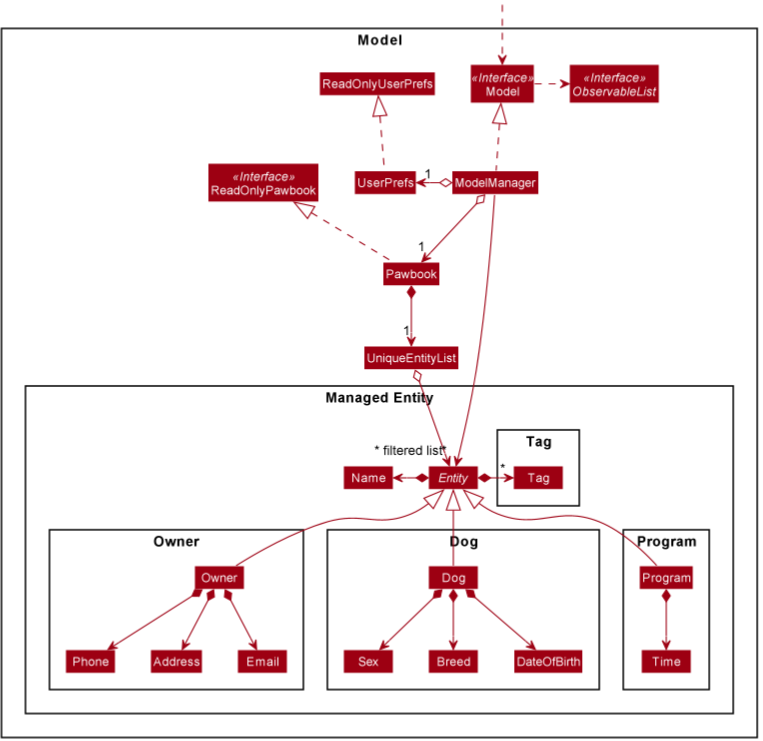
nus-cs2103-AY2021S2/tp keeps this PlantUML diagram as docs/images/ModelClassDiagram.png. Above is the earlier version. Its source is kept beside it as docs/diagrams/ModelClassDiagram.puml.
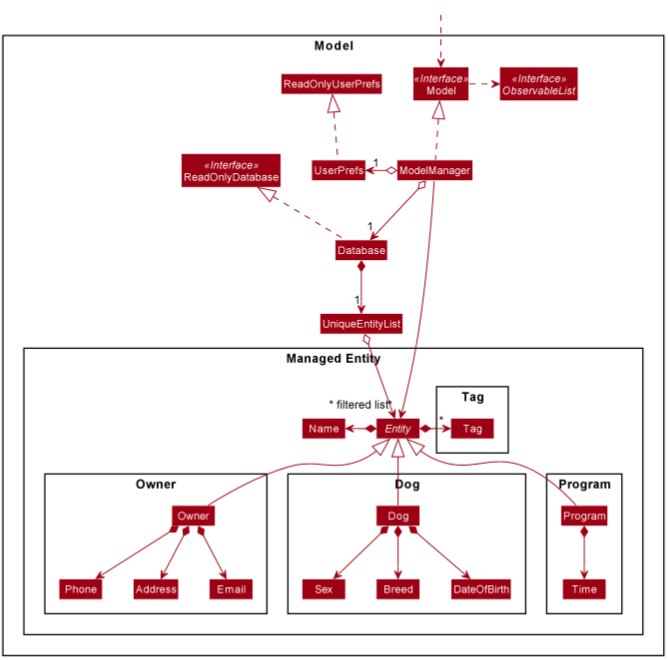
Above is the later version.

Commit message:
Changes to ModelClassDiagram and its screenshot

The edit, as a diff of the source:
```diff
@@ -5,11 +5,11 @@
 skinparam classBackgroundColor MODEL_COLOR
 
 Package Model <<Rectangle>>{
-Interface ReadOnlyPawbook <<Interface>>
+Interface ReadOnlyDatabase <<Interface>>
 Interface Model <<Interface>>
 Interface ObservableList <<Interface>>
-Class Pawbook
-Class ReadOnlyPawbook
+Class Database
+Class ReadOnlyDatabase
 Class Model
 Class ModelManager
 Class UserPrefs
@@ -48,15 +48,15 @@
 Class HiddenOutside #FFFFFF
 HiddenOutside ..> Model
 
-AddressBook .up.|> ReadOnlyPawbook
+Database .up.|> ReadOnlyDatabase
 
 ModelManager .up.|> Model
 Model .right.> ObservableList
-ModelManager o--> "1" Pawbook
+ModelManager o--> "1" Database
 ModelManager o-left-> "1" UserPrefs
 UserPrefs .up.|> ReadOnlyUserPrefs
 
-AddressBook *--> "1" UniqueEntityList
+Database *--> "1" UniqueEntityList
 UniqueEntityList o--> "*" Entity
 Entity ^-- Owner
 Entity ^-- Dog
```
